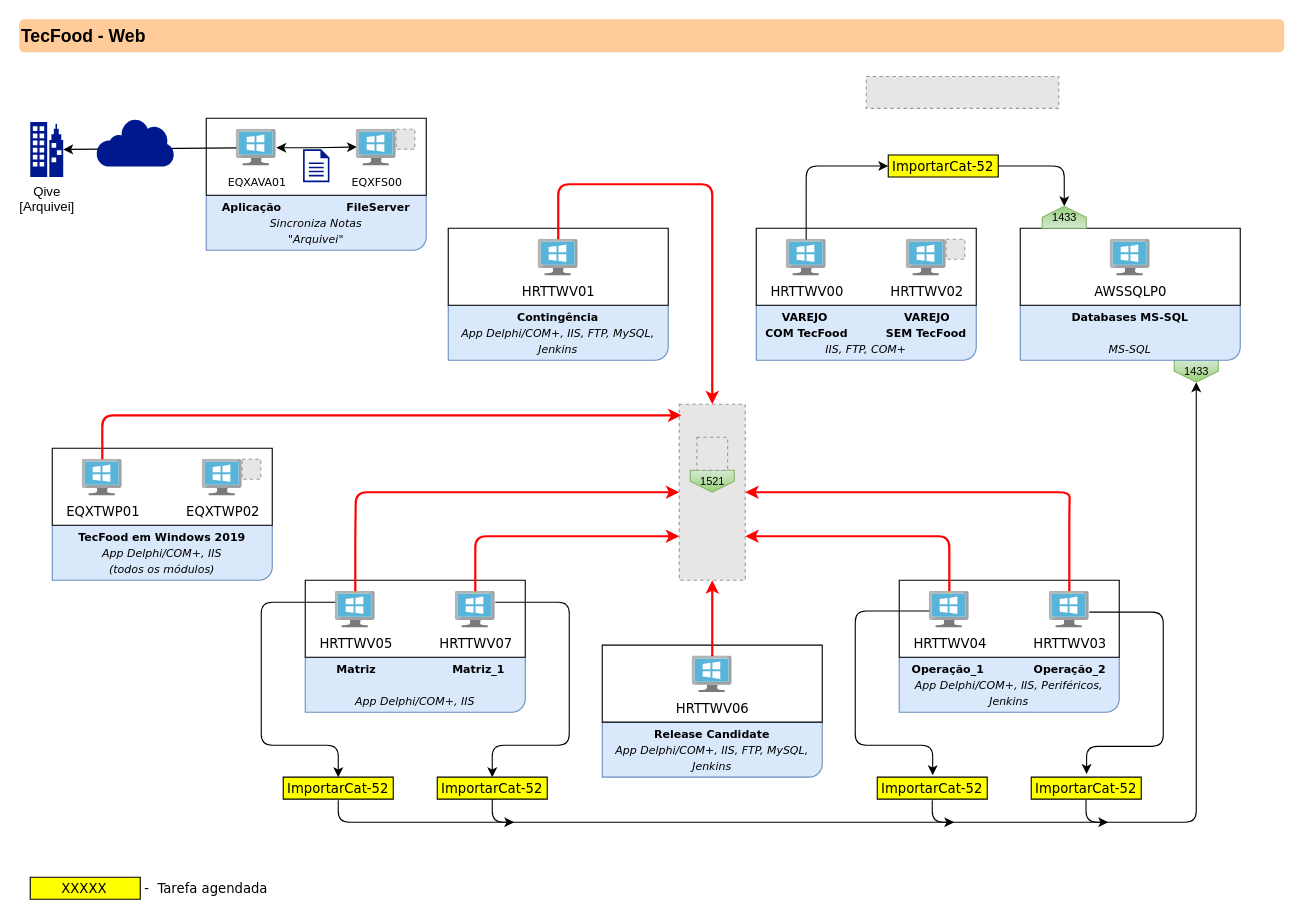
This is TecFoodWeb1.drawio from JIRSCHIK/GRSA-AWS, a draw.io file, before an edit. Source tidied: cells renumbered, new cells numbered last; positions are measured from the earlier drawing's top-left corner, leaving out a move shared by most shapes. Both pictures are drawn from the tidied source at 110%, with x=0, y=0 at pixel (19, 19). Pictures stored in the file or linked from it are replaced by grey dashed boxes.
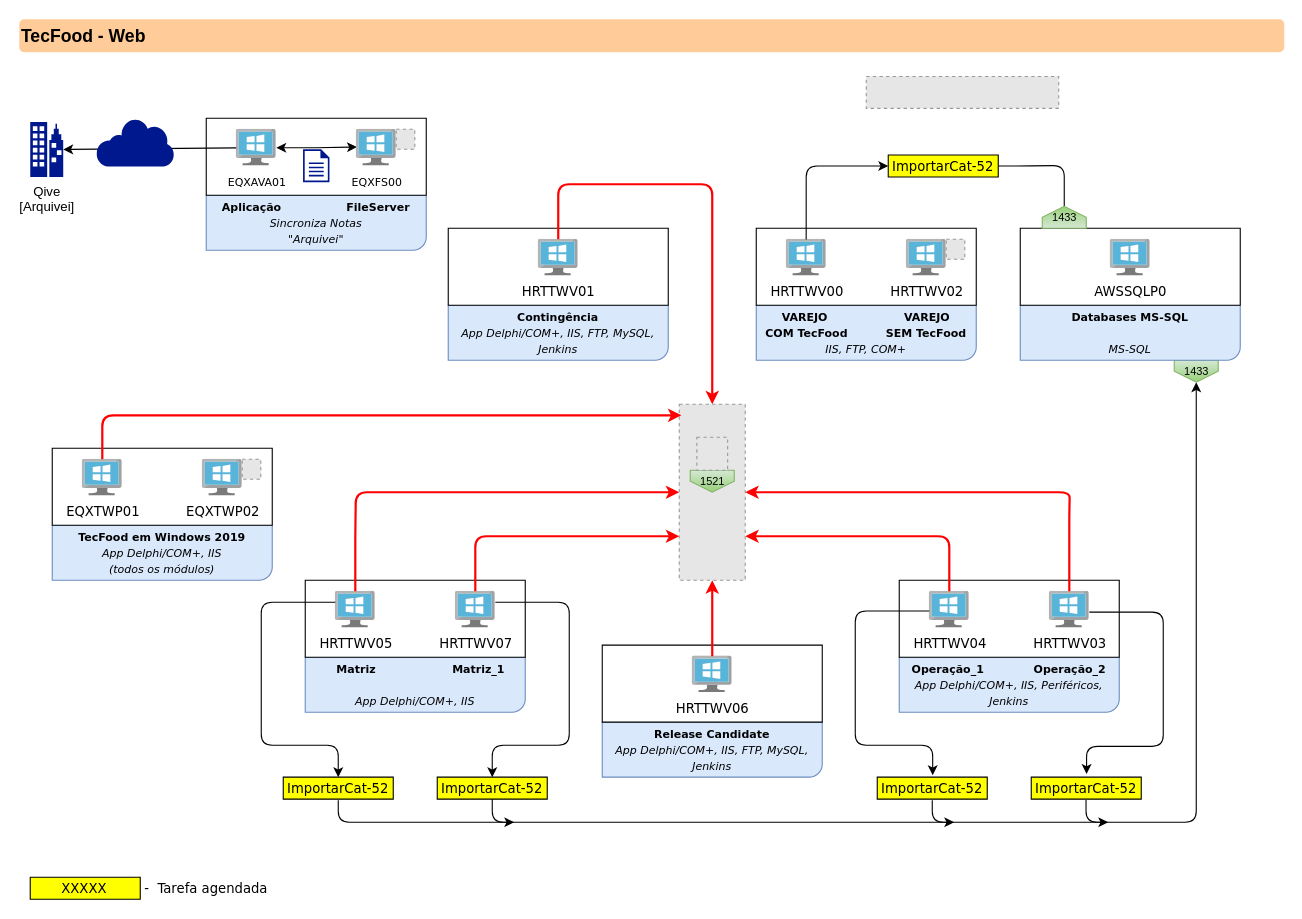
The same diagram, later.

The change refers to these unchanged cells:
```xml
<mxCell id="71" value="ImportarCat-52" style="verticalLabelPosition=middle;verticalAlign=middle;shape=mxgraph.basic.rect;fillColor2=none;strokeWidth=1;size=0;indent=0;rounded=1;labelPosition=center;align=center;fontFamily=Verdana;fontSize=12;fillColor=#FFFF00;fontColor=#000000;strokeColor=#000000;" parent="1" vertex="1">
  <mxGeometry x="790" y="123.4" width="100" height="20" as="geometry" />
</mxCell>
<mxCell id="72" value="&lt;font face=&quot;Helvetica&quot;&gt;1433&lt;/font&gt;" style="verticalLabelPosition=middle;verticalAlign=middle;html=1;shape=offPageConnector;rounded=0;size=0.5;labelPosition=center;align=center;fontSize=10;fillColor=#d5e8d4;gradientColor=#97d077;strokeColor=#82b366;strokeWidth=1;perimeterSpacing=0;shadow=0;rotation=0;flipV=1;" parent="1" vertex="1">
  <mxGeometry x="930" y="170" width="40" height="20" as="geometry" />
</mxCell>
```

The edit, as a diff of the source:
```diff
@@
-    <mxCell id="70" style="edgeStyle=orthogonalEdgeStyle;rounded=1;jettySize=auto;html=1;entryX=0.5;entryY=0;entryDx=0;entryDy=0;curved=0;" parent="1" edge="1" source="71" target="72">
-      <mxGeometry relative="1" as="geometry" />
+    <mxCell id="70" style="edgeStyle=orthogonalEdgeStyle;rounded=1;jettySize=auto;html=1;entryX=0.5;entryY=1;entryDx=0;entryDy=0;curved=0;" parent="1" edge="1" source="71" target="72">
+      <mxGeometry relative="1" as="geometry">
+        <Array as="points">
+          <mxPoint x="910" y="133" />
+          <mxPoint x="950" y="133" />
+        </Array>
+      </mxGeometry>
     </mxCell>
```
